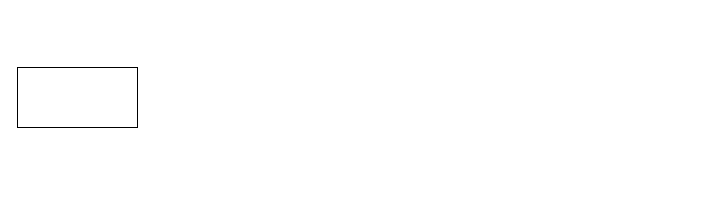
synergy2411/jan-26_ng keeps this draw.io diagram as page "Page-4" (4 of 5) of refs/ng-diagrams.drawio. Above is the earlier version. Source tidied: cells renumbered, new cells numbered last; positions are measured from the earlier drawing's top-left corner, leaving out a move shared by most shapes. Both pictures are drawn from the tidied source at 100%, with x=0, y=0 at pixel (17, 67).
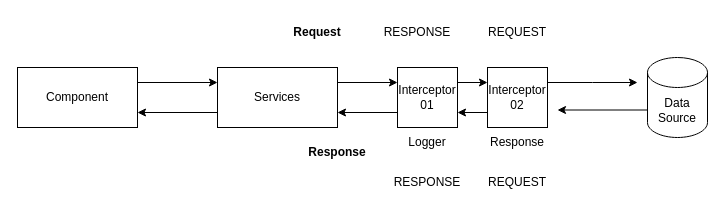
The same page after the edit.

Change to the diagram source:
```diff
@@
+    <mxCell id="3" style="edgeStyle=orthogonalEdgeStyle;rounded=0;jettySize=auto;html=1;exitX=1;exitY=0.25;exitDx=0;exitDy=0;entryX=0;entryY=0.25;entryDx=0;entryDy=0;" parent="1" edge="1" source="2" target="6">
+      <mxGeometry relative="1" as="geometry" />
+    </mxCell>
-    <mxCell id="2" style="rounded=0;whiteSpace=wrap;html=1;" parent="1" vertex="1">
+    <mxCell id="2" value="Component" style="rounded=0;whiteSpace=wrap;html=1;" parent="1" vertex="1">
       <mxGeometry width="120" height="60" as="geometry" />
     </mxCell>
+    <mxCell id="4" style="edgeStyle=orthogonalEdgeStyle;rounded=0;jettySize=auto;html=1;exitX=0;exitY=0.75;exitDx=0;exitDy=0;entryX=1;entryY=0.75;entryDx=0;entryDy=0;" parent="1" edge="1" source="6" target="2">
+      <mxGeometry relative="1" as="geometry" />
+    </mxCell>
+    <mxCell id="5" style="edgeStyle=orthogonalEdgeStyle;rounded=0;jettySize=auto;html=1;exitX=1;exitY=0.25;exitDx=0;exitDy=0;entryX=0;entryY=0.25;entryDx=0;entryDy=0;" parent="1" edge="1" source="6" target="11">
+      <mxGeometry relative="1" as="geometry" />
+    </mxCell>
+    <mxCell id="6" value="Services" style="rounded=0;whiteSpace=wrap;html=1;" parent="1" vertex="1">
+      <mxGeometry x="200" width="120" height="60" as="geometry" />
+    </mxCell>
+    <mxCell id="7" style="edgeStyle=orthogonalEdgeStyle;rounded=0;jettySize=auto;html=1;exitX=0;exitY=0;exitDx=0;exitDy=52.5;exitPerimeter=0;" parent="1" edge="1" source="8">
+      <mxGeometry relative="1" as="geometry">
+        <mxPoint x="540" y="42.5" as="targetPoint" />
+      </mxGeometry>
+    </mxCell>
+    <mxCell id="8" value="Data Source" style="shape=cylinder3;whiteSpace=wrap;html=1;boundedLbl=1;backgroundOutline=1;size=15;" parent="1" vertex="1">
+      <mxGeometry x="630" y="-10" width="60" height="80" as="geometry" />
+    </mxCell>
+    <mxCell id="9" style="edgeStyle=orthogonalEdgeStyle;rounded=0;jettySize=auto;html=1;exitX=1;exitY=0.25;exitDx=0;exitDy=0;entryX=0;entryY=0.25;entryDx=0;entryDy=0;" parent="1" edge="1" source="11" target="14">
+      <mxGeometry relative="1" as="geometry" />
+    </mxCell>
+    <mxCell id="10" style="edgeStyle=orthogonalEdgeStyle;rounded=0;jettySize=auto;html=1;exitX=0;exitY=0.75;exitDx=0;exitDy=0;entryX=1;entryY=0.75;entryDx=0;entryDy=0;" parent="1" edge="1" source="11" target="6">
+      <mxGeometry relative="1" as="geometry" />
+    </mxCell>
+    <mxCell id="11" value="Interceptor 01" style="rounded=0;whiteSpace=wrap;html=1;" parent="1" vertex="1">
+      <mxGeometry x="380" width="60" height="60" as="geometry" />
+    </mxCell>
+    <mxCell id="12" style="edgeStyle=orthogonalEdgeStyle;rounded=0;jettySize=auto;html=1;exitX=1;exitY=0.25;exitDx=0;exitDy=0;" parent="1" edge="1" source="14">
+      <mxGeometry relative="1" as="geometry">
+        <mxPoint x="620" y="15" as="targetPoint" />
+      </mxGeometry>
+    </mxCell>
+    <mxCell id="13" style="edgeStyle=orthogonalEdgeStyle;rounded=0;jettySize=auto;html=1;exitX=0;exitY=0.75;exitDx=0;exitDy=0;entryX=1;entryY=0.75;entryDx=0;entryDy=0;" parent="1" edge="1" source="14" target="11">
+      <mxGeometry relative="1" as="geometry" />
+    </mxCell>
+    <mxCell id="14" value="Interceptor 02" style="rounded=0;whiteSpace=wrap;html=1;" parent="1" vertex="1">
+      <mxGeometry x="470" width="60" height="60" as="geometry" />
+    </mxCell>
+    <mxCell id="15" value="Request" style="text;html=1;whiteSpace=wrap;strokeColor=none;fillColor=none;align=center;verticalAlign=middle;rounded=0;fontStyle=1;" parent="1" vertex="1">
+      <mxGeometry x="270" y="-50" width="60" height="30" as="geometry" />
+    </mxCell>
+    <mxCell id="16" value="Response" style="text;html=1;whiteSpace=wrap;strokeColor=none;fillColor=none;align=center;verticalAlign=middle;rounded=0;fontStyle=1;" parent="1" vertex="1">
+      <mxGeometry x="290" y="70" width="60" height="30" as="geometry" />
+    </mxCell>
+    <mxCell id="17" value="Logger" style="text;html=1;whiteSpace=wrap;strokeColor=none;fillColor=none;align=center;verticalAlign=middle;rounded=0;" parent="1" vertex="1">
+      <mxGeometry x="380" y="60" width="60" height="30" as="geometry" />
+    </mxCell>
+    <mxCell id="18" value="Response" style="text;html=1;whiteSpace=wrap;strokeColor=none;fillColor=none;align=center;verticalAlign=middle;rounded=0;" parent="1" vertex="1">
+      <mxGeometry x="470" y="60" width="60" height="30" as="geometry" />
+    </mxCell>
+    <mxCell id="19" value="RESPONSE" style="text;html=1;whiteSpace=wrap;strokeColor=none;fillColor=none;align=center;verticalAlign=middle;rounded=0;" parent="1" vertex="1">
+      <mxGeometry x="370" y="-50" width="60" height="30" as="geometry" />
+    </mxCell>
+    <mxCell id="20" value="REQUEST" style="text;html=1;whiteSpace=wrap;strokeColor=none;fillColor=none;align=center;verticalAlign=middle;rounded=0;" parent="1" vertex="1">
+      <mxGeometry x="470" y="-50" width="60" height="30" as="geometry" />
+    </mxCell>
+    <mxCell id="21" value="REQUEST" style="text;html=1;whiteSpace=wrap;strokeColor=none;fillColor=none;align=center;verticalAlign=middle;rounded=0;" parent="1" vertex="1">
+      <mxGeometry x="470" y="100" width="60" height="30" as="geometry" />
+    </mxCell>
+    <mxCell id="22" value="RESPONSE" style="text;html=1;whiteSpace=wrap;strokeColor=none;fillColor=none;align=center;verticalAlign=middle;rounded=0;" parent="1" vertex="1">
+      <mxGeometry x="380" y="100" width="60" height="30" as="geometry" />
+    </mxCell>
```
